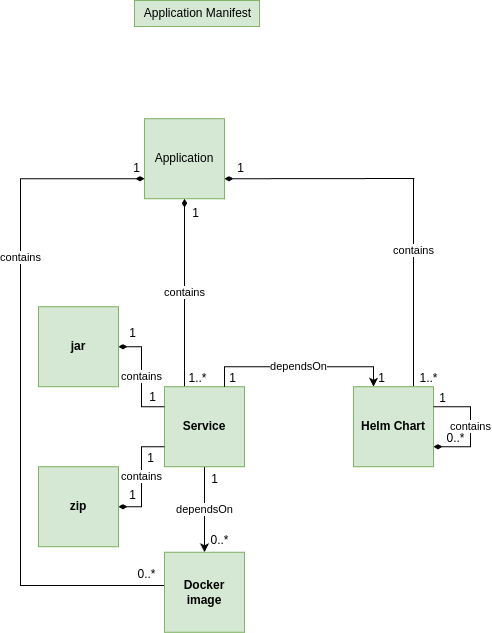
Above: docs/images/application-manifest-model.drawio.png in sivareddyit/qubership-envgene (draw.io), before the change. Source tidied: cells renumbered, new cells last; positions are measured from the earlier drawing's top-left corner, leaving out a move shared by most shapes.
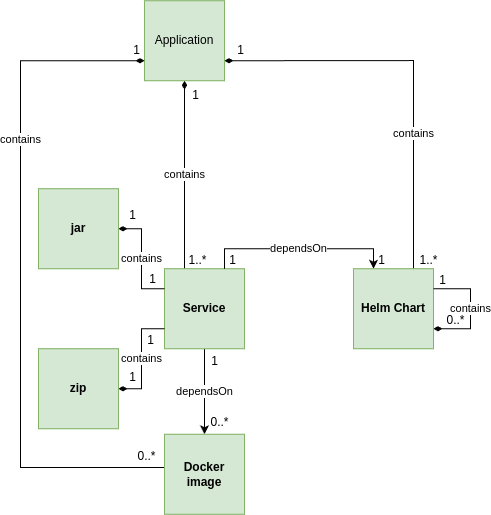
The same file after the commit.

What changed in the source:
```diff
@@ -2,9 +2,6 @@
   <root>
     <mxCell id="0" />
     <mxCell id="1" parent="0" />
-    <mxCell id="2" value="Application Manifest" style="text;html=1;align=center;verticalAlign=middle;strokeColor=#82b366;fillColor=#d5e8d4;" parent="1" vertex="1">
-      <mxGeometry x="114" width="125" height="26" as="geometry" />
-    </mxCell>
     <mxCell id="3" value="Application" style="whiteSpace=wrap;html=1;fillColor=#d5e8d4;strokeColor=#82b366;" parent="1" vertex="1">
       <mxGeometry x="124" y="118.2" width="80" height="80" as="geometry" />
     </mxCell>
```
